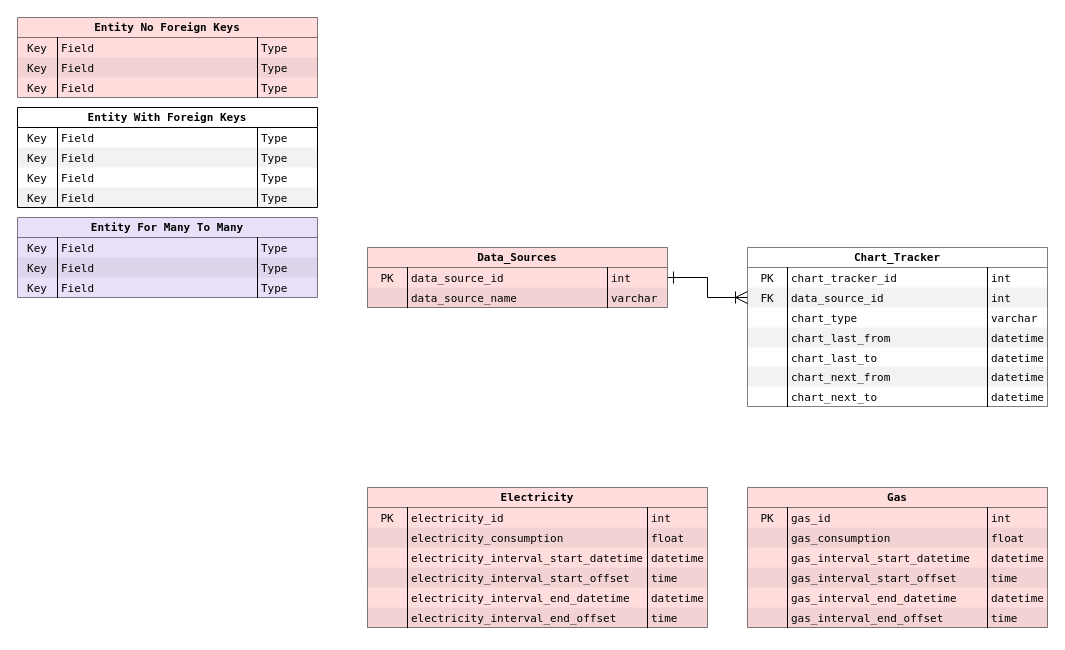
Above: MySQL/octo_tweet/octo_tweet.drawio in jvaque/Octo-Tweet (draw.io), before the change. Source tidied: cells renumbered, new cells numbered last; positions are measured from the earlier drawing's top-left corner, leaving out a move shared by most shapes. Both pictures are drawn from the tidied source at 100%, with x=0, y=0 at pixel (17, 17).
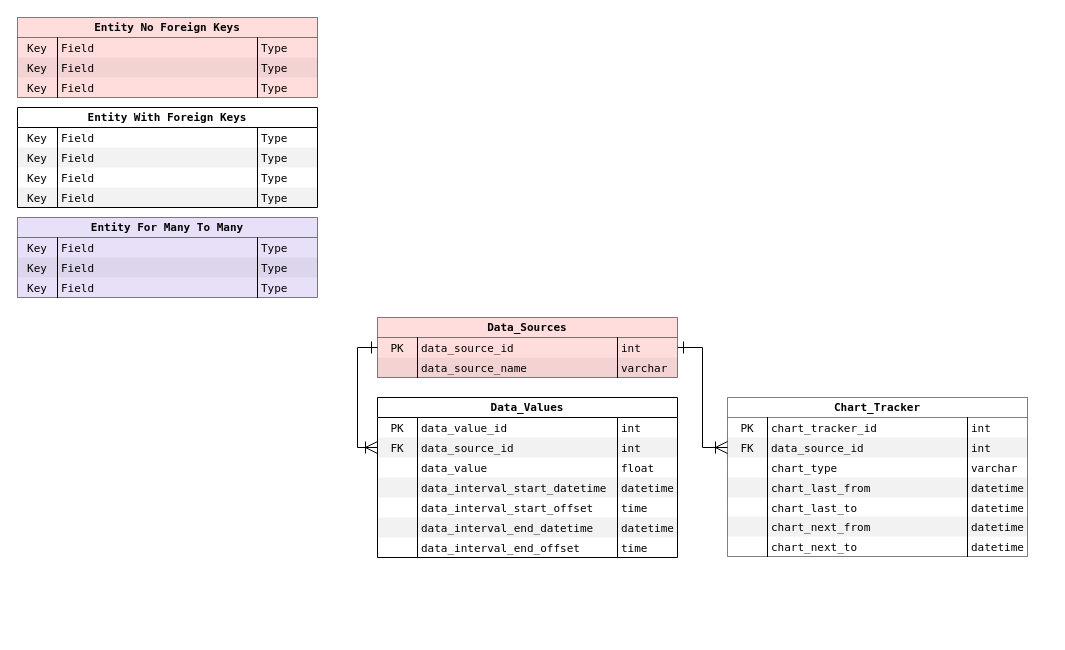
The same page after the edit.

Commit message (it also covers changes not shown here):
Consolidate Electricity And Gas Into One Table

The change refers to these unchanged cells:
```xml
<mxCell id="73" value="FK" style="strokeColor=none;align=center;verticalAlign=top;spacingLeft=4;spacingRight=4;overflow=hidden;points=[[0,0.5],[1,0.5]];portConstraint=eastwest;swimlaneFillColor=#ffffff;fontSize=11;fontColor=#000000;fillColor=#000000;strokeOpacity=100;spacing=0;fontFamily=Lucida Console;fillOpacity=5;" parent="69" vertex="1">
  <mxGeometry y="40" width="40" height="20" as="geometry" />
</mxCell>
<mxCell id="90" value="PK" style="strokeColor=none;align=center;verticalAlign=top;spacingLeft=4;spacingRight=4;overflow=hidden;points=[[0,0.5],[1,0.5]];portConstraint=eastwest;swimlaneFillColor=#ffffff;fontSize=11;fontColor=#000000;fillColor=none;strokeOpacity=100;spacing=0;fontFamily=Lucida Console;" parent="89" vertex="1">
  <mxGeometry y="20" width="40" height="20" as="geometry" />
</mxCell>
<mxCell id="92" value="int" style="shape=partialRectangle;top=0;right=0;bottom=0;align=left;verticalAlign=top;spacingLeft=4;spacingRight=4;overflow=hidden;points=[[0,0.5],[1,0.5]];portConstraint=eastwest;swimlaneFillColor=#ffffff;fontSize=11;fontColor=#000000;fillColor=none;strokeOpacity=100;spacing=0;fontFamily=Lucida Console;" parent="89" vertex="1">
  <mxGeometry x="240" y="20" width="60" height="20" as="geometry" />
</mxCell>
```

Change to the diagram source:
```diff
@@
-    <mxCell id="35" value="Electricity" style="html=1;whiteSpace=wrap;swimlane;swimlaneFillColor=#FFBBBB;startSize=20;fontSize=11;fontColor=#000000;spacing=0;strokeOpacity=100;fontFamily=Lucida Console;fillColor=#ffbbbb;swimlaneLine=1;opacity=50;gradientColor=none;" parent="1" vertex="1">
-      <mxGeometry x="350" y="470" width="340" height="140" as="geometry" />
-    </mxCell>
-    <mxCell id="36" value="PK" style="strokeColor=none;align=center;verticalAlign=top;spacingLeft=4;spacingRight=4;overflow=hidden;swimlaneFillColor=#ffffff;fontSize=11;fontColor=#000000;fillColor=none;strokeOpacity=100;spacing=0;fontFamily=Lucida Console;" parent="35" vertex="1">
-      <mxGeometry y="20" width="40" height="20" as="geometry" />
-    </mxCell>
-    <mxCell id="37" value="electricity_id" style="shape=partialRectangle;top=0;right=0;bottom=0;align=left;verticalAlign=top;spacingLeft=4;spacingRight=4;overflow=hidden;swimlaneFillColor=#ffffff;fontSize=11;fontColor=#000000;fillColor=none;strokeOpacity=100;spacing=0;fontFamily=Lucida Console;" parent="35" vertex="1">
-      <mxGeometry x="40" y="20" width="240" height="20" as="geometry" />
-    </mxCell>
-    <mxCell id="38" value="int" style="shape=partialRectangle;top=0;right=0;bottom=0;align=left;verticalAlign=top;spacingLeft=4;spacingRight=4;overflow=hidden;swimlaneFillColor=#ffffff;fontSize=11;fontColor=#000000;fillColor=none;strokeOpacity=100;spacing=0;fontFamily=Lucida Console;" parent="35" vertex="1">
-      <mxGeometry x="280" y="20" width="60" height="20" as="geometry" />
-    </mxCell>
-    <mxCell id="39" style="strokeColor=none;align=center;verticalAlign=top;spacingLeft=4;spacingRight=4;overflow=hidden;swimlaneFillColor=#ffffff;fontSize=11;fontColor=#000000;fillColor=#000000;strokeOpacity=100;spacing=0;fontFamily=Lucida Console;fillOpacity=5;" parent="35" vertex="1">
-      <mxGeometry y="40" width="40" height="20" as="geometry" />
-    </mxCell>
-    <mxCell id="40" value="electricity_consumption" style="shape=partialRectangle;top=0;right=0;bottom=0;align=left;verticalAlign=top;spacingLeft=4;spacingRight=4;overflow=hidden;swimlaneFillColor=#ffffff;fontSize=11;fontColor=#000000;fillColor=#000000;strokeOpacity=100;spacing=0;fontFamily=Lucida Console;fillOpacity=5;" parent="35" vertex="1">
-      <mxGeometry x="40" y="40" width="240" height="20" as="geometry" />
-    </mxCell>
-    <mxCell id="41" value="float" style="shape=partialRectangle;top=0;right=0;bottom=0;align=left;verticalAlign=top;spacingLeft=4;spacingRight=4;overflow=hidden;swimlaneFillColor=#ffffff;fontSize=11;fontColor=#000000;fillColor=#000000;strokeOpacity=100;spacing=0;fontFamily=Lucida Console;fillOpacity=5;" parent="35" vertex="1">
-      <mxGeometry x="280" y="40" width="60" height="20" as="geometry" />
-    </mxCell>
-    <mxCell id="42" value="electricity_interval_start_datetime" style="shape=partialRectangle;top=0;right=0;bottom=0;align=left;verticalAlign=top;spacingLeft=4;spacingRight=4;overflow=hidden;swimlaneFillColor=#ffffff;fontSize=11;fontColor=#000000;fillColor=none;strokeOpacity=100;spacing=0;fontFamily=Lucida Console;" parent="35" vertex="1">
-      <mxGeometry x="40" y="60" width="240" height="20" as="geometry" />
-    </mxCell>
-    <mxCell id="43" value="datetime" style="shape=partialRectangle;top=0;right=0;bottom=0;align=left;verticalAlign=top;spacingLeft=4;spacingRight=4;overflow=hidden;swimlaneFillColor=#ffffff;fontSize=11;fontColor=#000000;fillColor=none;strokeOpacity=100;spacing=0;fontFamily=Lucida Console;" parent="35" vertex="1">
-      <mxGeometry x="280" y="60" width="60" height="20" as="geometry" />
-    </mxCell>
-    <mxCell id="44" style="strokeColor=none;align=center;verticalAlign=top;spacingLeft=4;spacingRight=4;overflow=hidden;swimlaneFillColor=#ffffff;fontSize=11;fontColor=#000000;fillColor=#000000;strokeOpacity=100;spacing=0;fontFamily=Lucida Console;fillOpacity=5;" parent="35" vertex="1">
-      <mxGeometry y="80" width="40" height="20" as="geometry" />
-    </mxCell>
-    <mxCell id="45" value="electricity_interval_start_offset" style="shape=partialRectangle;top=0;right=0;bottom=0;align=left;verticalAlign=top;spacingLeft=4;spacingRight=4;overflow=hidden;swimlaneFillColor=#ffffff;fontSize=11;fontColor=#000000;fillColor=#000000;strokeOpacity=100;spacing=0;fontFamily=Lucida Console;fillOpacity=5;" parent="35" vertex="1">
-      <mxGeometry x="40" y="80" width="240" height="20" as="geometry" />
-    </mxCell>
-    <mxCell id="46" value="time" style="shape=partialRectangle;top=0;right=0;bottom=0;align=left;verticalAlign=top;spacingLeft=4;spacingRight=4;overflow=hidden;swimlaneFillColor=#ffffff;fontSize=11;fontColor=#000000;fillColor=#000000;strokeOpacity=100;spacing=0;fontFamily=Lucida Console;fillOpacity=5;" parent="35" vertex="1">
-      <mxGeometry x="280" y="80" width="60" height="20" as="geometry" />
-    </mxCell>
-    <mxCell id="47" value="electricity_interval_end_datetime" style="shape=partialRectangle;top=0;right=0;bottom=0;align=left;verticalAlign=top;spacingLeft=4;spacingRight=4;overflow=hidden;swimlaneFillColor=#ffffff;fontSize=11;fontColor=#000000;fillColor=none;strokeOpacity=100;spacing=0;fontFamily=Lucida Console;" parent="35" vertex="1">
-      <mxGeometry x="40" y="100" width="240" height="20" as="geometry" />
-    </mxCell>
-    <mxCell id="48" value="datetime" style="shape=partialRectangle;top=0;right=0;bottom=0;align=left;verticalAlign=top;spacingLeft=4;spacingRight=4;overflow=hidden;swimlaneFillColor=#ffffff;fontSize=11;fontColor=#000000;fillColor=none;strokeOpacity=100;spacing=0;fontFamily=Lucida Console;" parent="35" vertex="1">
-      <mxGeometry x="280" y="100" width="60" height="20" as="geometry" />
-    </mxCell>
-    <mxCell id="49" style="strokeColor=none;align=center;verticalAlign=top;spacingLeft=4;spacingRight=4;overflow=hidden;swimlaneFillColor=#ffffff;fontSize=11;fontColor=#000000;fillColor=#000000;strokeOpacity=100;spacing=0;fontFamily=Lucida Console;fillOpacity=5;" parent="35" vertex="1">
-      <mxGeometry y="120" width="40" height="20" as="geometry" />
-    </mxCell>
-    <mxCell id="50" value="electricity_interval_end_offset" style="shape=partialRectangle;top=0;right=0;bottom=0;align=left;verticalAlign=top;spacingLeft=4;spacingRight=4;overflow=hidden;swimlaneFillColor=#ffffff;fontSize=11;fontColor=#000000;fillColor=#000000;strokeOpacity=100;spacing=0;fontFamily=Lucida Console;fillOpacity=5;" parent="35" vertex="1">
-      <mxGeometry x="40" y="120" width="240" height="20" as="geometry" />
-    </mxCell>
-    <mxCell id="51" value="time" style="shape=partialRectangle;top=0;right=0;bottom=0;align=left;verticalAlign=top;spacingLeft=4;spacingRight=4;overflow=hidden;swimlaneFillColor=#ffffff;fontSize=11;fontColor=#000000;fillColor=#000000;strokeOpacity=100;spacing=0;fontFamily=Lucida Console;fillOpacity=5;" parent="35" vertex="1">
-      <mxGeometry x="280" y="120" width="60" height="20" as="geometry" />
-    </mxCell>
-    <mxCell id="52" value="Gas" style="html=1;whiteSpace=wrap;swimlane;swimlaneFillColor=#FFBBBB;startSize=20;fontSize=11;fontColor=#000000;spacing=0;strokeOpacity=100;fontFamily=Lucida Console;fillColor=#ffbbbb;swimlaneLine=1;opacity=50;gradientColor=none;" parent="1" vertex="1">
-      <mxGeometry x="730" y="470" width="300" height="140" as="geometry" />
-    </mxCell>
-    <mxCell id="53" value="PK" style="strokeColor=none;align=center;verticalAlign=top;spacingLeft=4;spacingRight=4;overflow=hidden;swimlaneFillColor=#ffffff;fontSize=11;fontColor=#000000;fillColor=none;strokeOpacity=100;spacing=0;fontFamily=Lucida Console;" parent="52" vertex="1">
-      <mxGeometry y="20" width="40" height="20" as="geometry" />
-    </mxCell>
-    <mxCell id="54" value="gas_id" style="shape=partialRectangle;top=0;right=0;bottom=0;align=left;verticalAlign=top;spacingLeft=4;spacingRight=4;overflow=hidden;swimlaneFillColor=#ffffff;fontSize=11;fontColor=#000000;fillColor=none;strokeOpacity=100;spacing=0;fontFamily=Lucida Console;" parent="52" vertex="1">
-      <mxGeometry x="40" y="20" width="200" height="20" as="geometry" />
-    </mxCell>
-    <mxCell id="55" value="int" style="shape=partialRectangle;top=0;right=0;bottom=0;align=left;verticalAlign=top;spacingLeft=4;spacingRight=4;overflow=hidden;swimlaneFillColor=#ffffff;fontSize=11;fontColor=#000000;fillColor=none;strokeOpacity=100;spacing=0;fontFamily=Lucida Console;" parent="52" vertex="1">
-      <mxGeometry x="240" y="20" width="60" height="20" as="geometry" />
-    </mxCell>
-    <mxCell id="56" style="strokeColor=none;align=center;verticalAlign=top;spacingLeft=4;spacingRight=4;overflow=hidden;swimlaneFillColor=#ffffff;fontSize=11;fontColor=#000000;fillColor=#000000;strokeOpacity=100;spacing=0;fontFamily=Lucida Console;fillOpacity=5;" parent="52" vertex="1">
-      <mxGeometry y="40" width="40" height="20" as="geometry" />
-    </mxCell>
-    <mxCell id="57" value="gas_consumption" style="shape=partialRectangle;top=0;right=0;bottom=0;align=left;verticalAlign=top;spacingLeft=4;spacingRight=4;overflow=hidden;swimlaneFillColor=#ffffff;fontSize=11;fontColor=#000000;fillColor=#000000;strokeOpacity=100;spacing=0;fontFamily=Lucida Console;fillOpacity=5;" parent="52" vertex="1">
-      <mxGeometry x="40" y="40" width="200" height="20" as="geometry" />
-    </mxCell>
-    <mxCell id="58" value="float" style="shape=partialRectangle;top=0;right=0;bottom=0;align=left;verticalAlign=top;spacingLeft=4;spacingRight=4;overflow=hidden;swimlaneFillColor=#ffffff;fontSize=11;fontColor=#000000;fillColor=#000000;strokeOpacity=100;spacing=0;fontFamily=Lucida Console;fillOpacity=5;" parent="52" vertex="1">
-      <mxGeometry x="240" y="40" width="60" height="20" as="geometry" />
-    </mxCell>
-    <mxCell id="59" value="gas_interval_start_datetime" style="shape=partialRectangle;top=0;right=0;bottom=0;align=left;verticalAlign=top;spacingLeft=4;spacingRight=4;overflow=hidden;swimlaneFillColor=#ffffff;fontSize=11;fontColor=#000000;fillColor=none;strokeOpacity=100;spacing=0;fontFamily=Lucida Console;" parent="52" vertex="1">
-      <mxGeometry x="40" y="60" width="200" height="20" as="geometry" />
-    </mxCell>
-    <mxCell id="60" value="datetime" style="shape=partialRectangle;top=0;right=0;bottom=0;align=left;verticalAlign=top;spacingLeft=4;spacingRight=4;overflow=hidden;swimlaneFillColor=#ffffff;fontSize=11;fontColor=#000000;fillColor=none;strokeOpacity=100;spacing=0;fontFamily=Lucida Console;" parent="52" vertex="1">
-      <mxGeometry x="240" y="60" width="60" height="20" as="geometry" />
-    </mxCell>
-    <mxCell id="61" style="strokeColor=none;align=center;verticalAlign=top;spacingLeft=4;spacingRight=4;overflow=hidden;swimlaneFillColor=#ffffff;fontSize=11;fontColor=#000000;fillColor=#000000;strokeOpacity=100;spacing=0;fontFamily=Lucida Console;fillOpacity=5;" parent="52" vertex="1">
-      <mxGeometry y="80" width="40" height="20" as="geometry" />
-    </mxCell>
-    <mxCell id="62" value="gas_interval_start_offset" style="shape=partialRectangle;top=0;right=0;bottom=0;align=left;verticalAlign=top;spacingLeft=4;spacingRight=4;overflow=hidden;swimlaneFillColor=#ffffff;fontSize=11;fontColor=#000000;fillColor=#000000;strokeOpacity=100;spacing=0;fontFamily=Lucida Console;fillOpacity=5;" parent="52" vertex="1">
-      <mxGeometry x="40" y="80" width="200" height="20" as="geometry" />
-    </mxCell>
-    <mxCell id="63" value="time" style="shape=partialRectangle;top=0;right=0;bottom=0;align=left;verticalAlign=top;spacingLeft=4;spacingRight=4;overflow=hidden;swimlaneFillColor=#ffffff;fontSize=11;fontColor=#000000;fillColor=#000000;strokeOpacity=100;spacing=0;fontFamily=Lucida Console;fillOpacity=5;" parent="52" vertex="1">
-      <mxGeometry x="240" y="80" width="60" height="20" as="geometry" />
-    </mxCell>
-    <mxCell id="64" value="gas_interval_end_datetime" style="shape=partialRectangle;top=0;right=0;bottom=0;align=left;verticalAlign=top;spacingLeft=4;spacingRight=4;overflow=hidden;swimlaneFillColor=#ffffff;fontSize=11;fontColor=#000000;fillColor=none;strokeOpacity=100;spacing=0;fontFamily=Lucida Console;" parent="52" vertex="1">
-      <mxGeometry x="40" y="100" width="200" height="20" as="geometry" />
-    </mxCell>
-    <mxCell id="65" value="datetime" style="shape=partialRectangle;top=0;right=0;bottom=0;align=left;verticalAlign=top;spacingLeft=4;spacingRight=4;overflow=hidden;swimlaneFillColor=#ffffff;fontSize=11;fontColor=#000000;fillColor=none;strokeOpacity=100;spacing=0;fontFamily=Lucida Console;" parent="52" vertex="1">
-      <mxGeometry x="240" y="100" width="60" height="20" as="geometry" />
-    </mxCell>
-    <mxCell id="66" style="strokeColor=none;align=center;verticalAlign=top;spacingLeft=4;spacingRight=4;overflow=hidden;swimlaneFillColor=#ffffff;fontSize=11;fontColor=#000000;fillColor=#000000;strokeOpacity=100;spacing=0;fontFamily=Lucida Console;fillOpacity=5;" parent="52" vertex="1">
-      <mxGeometry y="120" width="40" height="20" as="geometry" />
-    </mxCell>
-    <mxCell id="67" value="gas_interval_end_offset" style="shape=partialRectangle;top=0;right=0;bottom=0;align=left;verticalAlign=top;spacingLeft=4;spacingRight=4;overflow=hidden;swimlaneFillColor=#ffffff;fontSize=11;fontColor=#000000;fillColor=#000000;strokeOpacity=100;spacing=0;fontFamily=Lucida Console;fillOpacity=5;" parent="52" vertex="1">
-      <mxGeometry x="40" y="120" width="200" height="20" as="geometry" />
-    </mxCell>
-    <mxCell id="68" value="time" style="shape=partialRectangle;top=0;right=0;bottom=0;align=left;verticalAlign=top;spacingLeft=4;spacingRight=4;overflow=hidden;swimlaneFillColor=#ffffff;fontSize=11;fontColor=#000000;fillColor=#000000;strokeOpacity=100;spacing=0;fontFamily=Lucida Console;fillOpacity=5;" parent="52" vertex="1">
-      <mxGeometry x="240" y="120" width="60" height="20" as="geometry" />
-    </mxCell>
     <mxCell id="69" value="Chart_Tracker" style="html=1;whiteSpace=wrap;swimlane;swimlaneFillColor=#FFFFFF;startSize=20;fontSize=11;fontColor=#000000;spacing=0;strokeOpacity=100;fontFamily=Lucida Console;swimlaneLine=1;opacity=50;gradientColor=none;fillColor=#FFFFFF;" parent="1" vertex="1">
-      <mxGeometry x="730" y="230" width="300" height="159" as="geometry" />
+      <mxGeometry x="710" y="380" width="300" height="159" as="geometry" />
     </mxCell>
@@
-    <mxCell id="88" style="edgeStyle=orthogonalEdgeStyle;rounded=0;jettySize=auto;html=1;entryX=0;entryY=0.5;entryDx=0;entryDy=0;endSize=10;startSize=10;startArrow=ERone;startFill=0;endArrow=ERoneToMany;endFill=0;" parent="1" edge="1" source="89" target="73">
+    <mxCell id="88" style="edgeStyle=orthogonalEdgeStyle;rounded=0;jettySize=auto;html=1;entryX=0;entryY=0.5;entryDx=0;entryDy=0;endSize=10;startSize=10;startArrow=ERone;startFill=0;endArrow=ERoneToMany;endFill=0;exitX=1;exitY=0.5;exitDx=0;exitDy=0;" parent="1" edge="1" source="92" target="73">
       <mxGeometry relative="1" as="geometry" />
     </mxCell>
     <mxCell id="89" value="Data_Sources" style="html=1;whiteSpace=wrap;swimlane;swimlaneFillColor=#FFBBBB;startSize=20;fontSize=11;fontColor=#000000;spacing=0;strokeOpacity=100;fontFamily=Lucida Console;fillColor=#ffbbbb;swimlaneLine=1;opacity=50;gradientColor=none;" parent="1" vertex="1">
-      <mxGeometry x="350" y="230" width="300" height="60" as="geometry" />
+      <mxGeometry x="360" y="300" width="300" height="60" as="geometry" />
     </mxCell>
@@
+    <mxCell id="96" value="Data_Values" style="html=1;whiteSpace=wrap;swimlane;swimlaneFillColor=#ffffff;startSize=20;fontSize=11;fontColor=#000000;spacing=0;strokeOpacity=100;fontFamily=Lucida Console;" parent="1" vertex="1">
+      <mxGeometry x="360" y="380" width="300" height="160" as="geometry" />
+    </mxCell>
+    <mxCell id="97" value="PK" style="strokeColor=none;align=center;verticalAlign=top;spacingLeft=4;spacingRight=4;overflow=hidden;swimlaneFillColor=#ffffff;fontSize=11;fontColor=#000000;fillColor=none;strokeOpacity=100;spacing=0;fontFamily=Lucida Console;" parent="96" vertex="1">
+      <mxGeometry y="20" width="40" height="20" as="geometry" />
+    </mxCell>
+    <mxCell id="98" value="data_value_id" style="shape=partialRectangle;top=0;right=0;bottom=0;align=left;verticalAlign=top;spacingLeft=4;spacingRight=4;overflow=hidden;swimlaneFillColor=#ffffff;fontSize=11;fontColor=#000000;fillColor=none;strokeOpacity=100;spacing=0;fontFamily=Lucida Console;" parent="96" vertex="1">
+      <mxGeometry x="40" y="20" width="200" height="20" as="geometry" />
+    </mxCell>
+    <mxCell id="55" value="int" style="shape=partialRectangle;top=0;right=0;bottom=0;align=left;verticalAlign=top;spacingLeft=4;spacingRight=4;overflow=hidden;swimlaneFillColor=#ffffff;fontSize=11;fontColor=#000000;fillColor=none;strokeOpacity=100;spacing=0;fontFamily=Lucida Console;" parent="96" vertex="1">
+      <mxGeometry x="240" y="20" width="60" height="20" as="geometry" />
+    </mxCell>
+    <mxCell id="99" value="FK" style="strokeColor=none;align=center;verticalAlign=top;spacingLeft=4;spacingRight=4;overflow=hidden;points=[[0,0.5],[1,0.5]];portConstraint=eastwest;swimlaneFillColor=#ffffff;fontSize=11;fontColor=#000000;fillColor=#000000;strokeOpacity=100;spacing=0;fontFamily=Lucida Console;fillOpacity=5;" parent="96" vertex="1">
+      <mxGeometry y="40" width="40" height="20" as="geometry" />
+    </mxCell>
+    <mxCell id="100" value="data_source_id" style="shape=partialRectangle;top=0;right=0;bottom=0;align=left;verticalAlign=top;spacingLeft=4;spacingRight=4;overflow=hidden;swimlaneFillColor=#ffffff;fontSize=11;fontColor=#000000;fillColor=#000000;strokeOpacity=100;spacing=0;fontFamily=Lucida Console;fillOpacity=5;" parent="96" vertex="1">
+      <mxGeometry x="40" y="40" width="200" height="20" as="geometry" />
+    </mxCell>
+    <mxCell id="38" value="int" style="shape=partialRectangle;top=0;right=0;bottom=0;align=left;verticalAlign=top;spacingLeft=4;spacingRight=4;overflow=hidden;swimlaneFillColor=#ffffff;fontSize=11;fontColor=#000000;fillColor=#000000;strokeOpacity=100;spacing=0;fontFamily=Lucida Console;fillOpacity=5;" parent="96" vertex="1">
+      <mxGeometry x="240" y="40" width="60" height="20" as="geometry" />
+    </mxCell>
+    <mxCell id="101" value="data_value" style="shape=partialRectangle;top=0;right=0;bottom=0;align=left;verticalAlign=top;spacingLeft=4;spacingRight=4;overflow=hidden;swimlaneFillColor=#ffffff;fontSize=11;fontColor=#000000;fillColor=none;strokeOpacity=100;spacing=0;fontFamily=Lucida Console;" parent="96" vertex="1">
+      <mxGeometry x="40" y="60" width="200" height="20" as="geometry" />
+    </mxCell>
+    <mxCell id="102" value="float" style="shape=partialRectangle;top=0;right=0;bottom=0;align=left;verticalAlign=top;spacingLeft=4;spacingRight=4;overflow=hidden;swimlaneFillColor=#ffffff;fontSize=11;fontColor=#000000;fillColor=none;strokeOpacity=100;spacing=0;fontFamily=Lucida Console;" parent="96" vertex="1">
+      <mxGeometry x="240" y="60" width="60" height="20" as="geometry" />
+    </mxCell>
+    <mxCell id="103" style="strokeColor=none;align=center;verticalAlign=top;spacingLeft=4;spacingRight=4;overflow=hidden;swimlaneFillColor=#ffffff;fontSize=11;fontColor=#000000;fillColor=#000000;strokeOpacity=100;spacing=0;fontFamily=Lucida Console;fillOpacity=5;" parent="96" vertex="1">
+      <mxGeometry y="80" width="40" height="20" as="geometry" />
+    </mxCell>
+    <mxCell id="104" value="data_interval_start_datetime" style="shape=partialRectangle;top=0;right=0;bottom=0;align=left;verticalAlign=top;spacingLeft=4;spacingRight=4;overflow=hidden;swimlaneFillColor=#ffffff;fontSize=11;fontColor=#000000;fillColor=#000000;strokeOpacity=100;spacing=0;fontFamily=Lucida Console;fillOpacity=5;" parent="96" vertex="1">
+      <mxGeometry x="40" y="80" width="200" height="20" as="geometry" />
+    </mxCell>
+    <mxCell id="105" value="datetime" style="shape=partialRectangle;top=0;right=0;bottom=0;align=left;verticalAlign=top;spacingLeft=4;spacingRight=4;overflow=hidden;swimlaneFillColor=#ffffff;fontSize=11;fontColor=#000000;fillColor=#000000;strokeOpacity=100;spacing=0;fontFamily=Lucida Console;fillOpacity=5;" parent="96" vertex="1">
+      <mxGeometry x="240" y="80" width="60" height="20" as="geometry" />
+    </mxCell>
+    <mxCell id="106" value="data_interval_start_offset" style="shape=partialRectangle;top=0;right=0;bottom=0;align=left;verticalAlign=top;spacingLeft=4;spacingRight=4;overflow=hidden;swimlaneFillColor=#ffffff;fontSize=11;fontColor=#000000;fillColor=none;strokeOpacity=100;spacing=0;fontFamily=Lucida Console;" parent="96" vertex="1">
+      <mxGeometry x="40" y="100" width="200" height="20" as="geometry" />
+    </mxCell>
+    <mxCell id="107" value="time" style="shape=partialRectangle;top=0;right=0;bottom=0;align=left;verticalAlign=top;spacingLeft=4;spacingRight=4;overflow=hidden;swimlaneFillColor=#ffffff;fontSize=11;fontColor=#000000;fillColor=none;strokeOpacity=100;spacing=0;fontFamily=Lucida Console;" parent="96" vertex="1">
+      <mxGeometry x="240" y="100" width="60" height="20" as="geometry" />
+    </mxCell>
+    <mxCell id="108" style="strokeColor=none;align=center;verticalAlign=top;spacingLeft=4;spacingRight=4;overflow=hidden;swimlaneFillColor=#ffffff;fontSize=11;fontColor=#000000;fillColor=#000000;strokeOpacity=100;spacing=0;fontFamily=Lucida Console;fillOpacity=5;" parent="96" vertex="1">
+      <mxGeometry y="120" width="40" height="20" as="geometry" />
+    </mxCell>
+    <mxCell id="109" value="data_interval_end_datetime" style="shape=partialRectangle;top=0;right=0;bottom=0;align=left;verticalAlign=top;spacingLeft=4;spacingRight=4;overflow=hidden;swimlaneFillColor=#ffffff;fontSize=11;fontColor=#000000;fillColor=#000000;strokeOpacity=100;spacing=0;fontFamily=Lucida Console;fillOpacity=5;" parent="96" vertex="1">
+      <mxGeometry x="40" y="120" width="200" height="20" as="geometry" />
+    </mxCell>
+    <mxCell id="110" value="datetime" style="shape=partialRectangle;top=0;right=0;bottom=0;align=left;verticalAlign=top;spacingLeft=4;spacingRight=4;overflow=hidden;swimlaneFillColor=#ffffff;fontSize=11;fontColor=#000000;fillColor=#000000;strokeOpacity=100;spacing=0;fontFamily=Lucida Console;fillOpacity=5;" parent="96" vertex="1">
+      <mxGeometry x="240" y="120" width="60" height="20" as="geometry" />
+    </mxCell>
+    <mxCell id="111" value="data_interval_end_offset" style="shape=partialRectangle;top=0;right=0;bottom=0;align=left;verticalAlign=top;spacingLeft=4;spacingRight=4;overflow=hidden;swimlaneFillColor=#ffffff;fontSize=11;fontColor=#000000;fillColor=none;strokeOpacity=100;spacing=0;fontFamily=Lucida Console;" parent="96" vertex="1">
+      <mxGeometry x="40" y="140" width="200" height="20" as="geometry" />
+    </mxCell>
+    <mxCell id="112" value="time" style="shape=partialRectangle;top=0;right=0;bottom=0;align=left;verticalAlign=top;spacingLeft=4;spacingRight=4;overflow=hidden;swimlaneFillColor=#ffffff;fontSize=11;fontColor=#000000;fillColor=none;strokeOpacity=100;spacing=0;fontFamily=Lucida Console;" parent="96" vertex="1">
+      <mxGeometry x="240" y="140" width="60" height="20" as="geometry" />
+    </mxCell>
+    <mxCell id="113" style="edgeStyle=orthogonalEdgeStyle;rounded=0;jettySize=auto;html=1;exitX=0;exitY=0.5;exitDx=0;exitDy=0;entryX=0;entryY=0.5;entryDx=0;entryDy=0;endSize=10;startSize=10;endArrow=ERoneToMany;endFill=0;startArrow=ERone;startFill=0;" parent="1" edge="1" source="90" target="99">
+      <mxGeometry relative="1" as="geometry" />
+    </mxCell>
```
